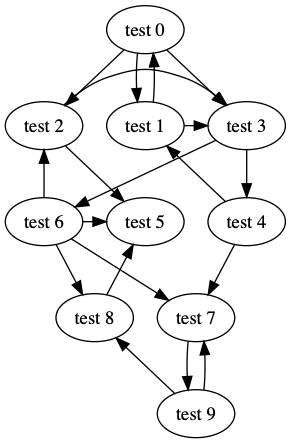
Earlier version of the Graphviz export samplegraph.png (ron61/graph). Its source is kept beside it as samplegraph.dot. The source it was exported from:
```dot
digraph {
0 [label= "test 0"]
1 [label= "test 1"]
2 [label= "test 2"]
3 [label= "test 3"]
4 [label= "test 4"]
5 [label= "test 5"]
6 [label= "test 6"]
7 [label= "test 7"]
8 [label= "test 8"]
9 [label= "test 9"]
8->5;6->8;9->8;9->7;7->9;6->7;6->5;2->5;2->3;6->2;3->6;4->7;1->3;1->0;4->1;3->4;0->3;0->2;0->1;{rank = same; 0; }
{rank = same; 3; 2; 1; }
{rank = same; 6; 4; 5; }
{rank = same; 8; 7; }
{rank = same; 9; }
}
```
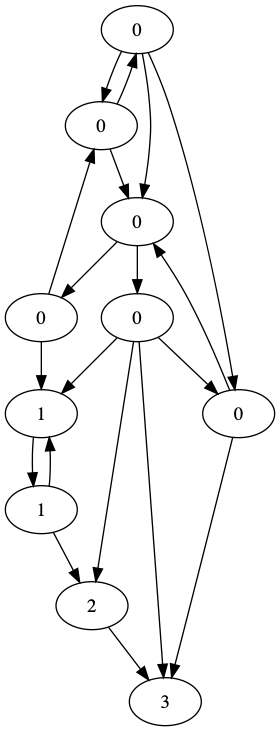
After the commit.

The edit, as a diff of the source:
```diff
@@ -1,17 +1,31 @@
-digraph {
-0 [label= "test 0"]
-1 [label= "test 1"]
-2 [label= "test 2"]
-3 [label= "test 3"]
-4 [label= "test 4"]
-5 [label= "test 5"]
-6 [label= "test 6"]
-7 [label= "test 7"]
-8 [label= "test 8"]
-9 [label= "test 9"]
-8->5;6->8;9->8;9->7;7->9;6->7;6->5;2->5;2->3;6->2;3->6;4->7;1->3;1->0;4->1;3->4;0->3;0->2;0->1;{rank = same; 0; }
-{rank = same; 3; 2; 1; }
-{rank = same; 6; 4; 5; }
-{rank = same; 8; 7; }
-{rank = same; 9; }
+digraph{
+0 [label="0"]
+1 [label="0"]
+2 [label="0"]
+3 [label="0"]
+4 [label="0"]
+5 [label="3"]
+6 [label="0"]
+7 [label="1"]
+8 [label="2"]
+9 [label="1"]
+0 -> 3
+0 -> 2
+0 -> 1
+1 -> 3
+1 -> 0
+2 -> 5
+2 -> 3
+3 -> 6
+3 -> 4
+4 -> 7
+4 -> 1
+6 -> 8
+6 -> 7
+6 -> 5
+6 -> 2
+7 -> 9
+8 -> 5
+9 -> 8
+9 -> 7
 }
```
